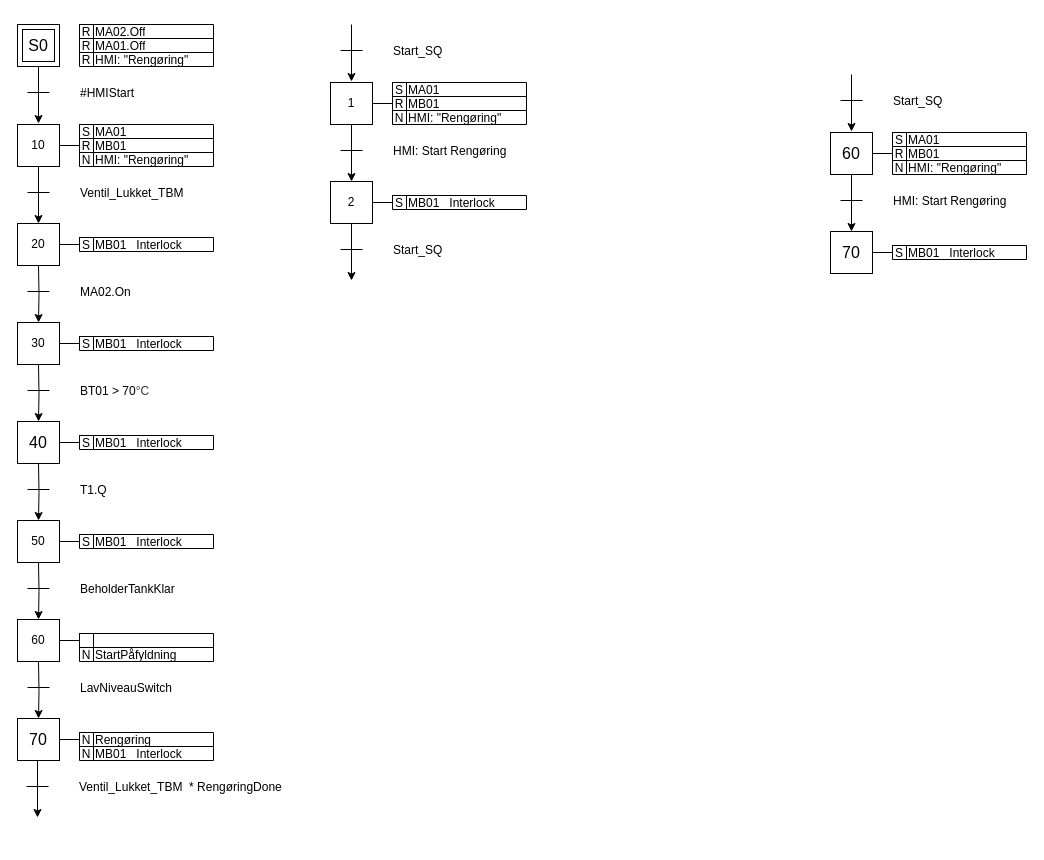
The draw.io diagram Untitled Diagram.drawio in p0l3h/p0l3h, before the edit. Source tidied: cells renumbered, new cells numbered last; positions are measured from the earlier drawing's top-left corner, leaving out a move shared by most shapes. Both pictures are drawn from the tidied source at 100%, with x=0, y=0 at pixel (17, 24).
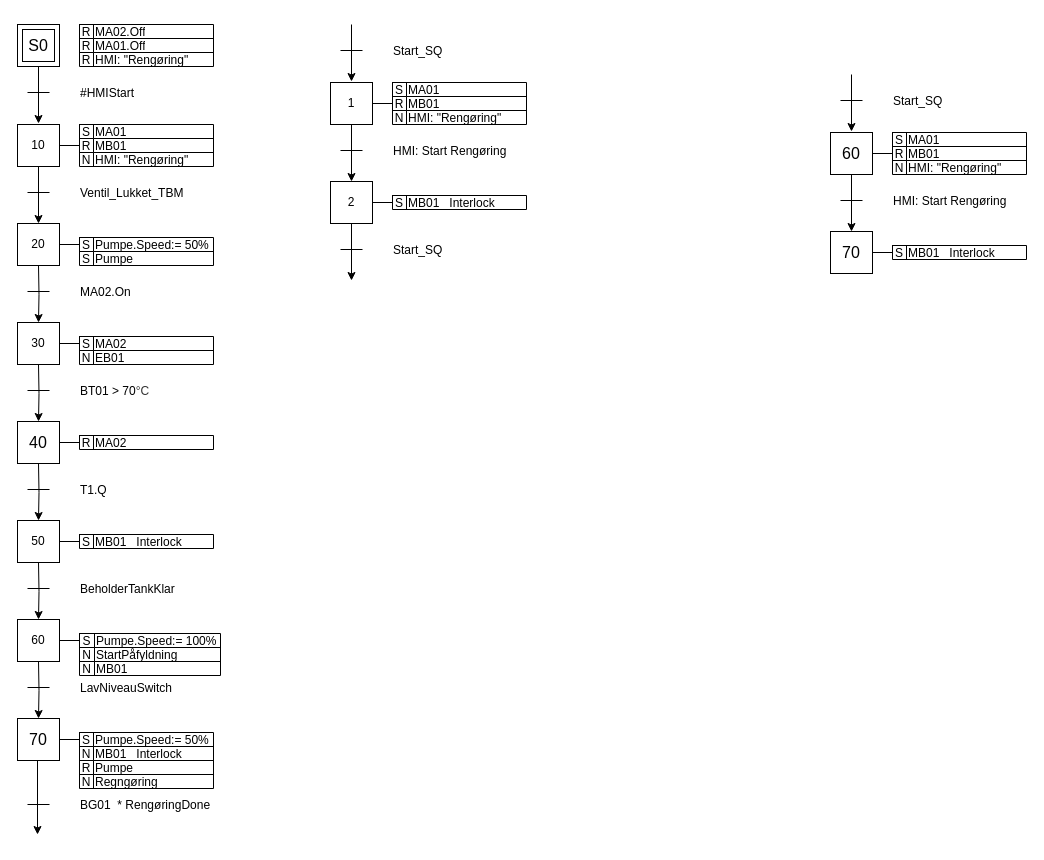
The same diagram, later.

Unchanged cells that the change refers to:
```xml
<mxCell id="25" style="shape=tableRow;horizontal=0;startSize=0;swimlaneHead=0;swimlaneBody=0;strokeColor=inherit;top=0;left=0;bottom=0;right=0;fillColor=none;fontSize=16;" parent="24" vertex="1">
  <mxGeometry width="134" height="14" as="geometry" />
</mxCell>
<mxCell id="58" style="shape=tableRow;horizontal=0;startSize=0;swimlaneHead=0;swimlaneBody=0;strokeColor=inherit;top=0;left=0;bottom=0;right=0;fillColor=none;fontSize=16;" parent="57" vertex="1">
  <mxGeometry width="134" height="14" as="geometry" />
</mxCell>
<mxCell id="67" style="shape=tableRow;horizontal=0;startSize=0;swimlaneHead=0;swimlaneBody=0;strokeColor=inherit;top=0;left=0;bottom=0;right=0;fillColor=none;fontSize=16;" parent="66" vertex="1">
  <mxGeometry width="134" height="14" as="geometry" />
</mxCell>
<mxCell id="97" style="shape=tableRow;horizontal=0;startSize=0;swimlaneHead=0;swimlaneBody=0;strokeColor=inherit;top=0;left=0;bottom=0;right=0;fillColor=none;fontSize=16;" parent="96" vertex="1">
  <mxGeometry width="134" height="14" as="geometry" />
</mxCell>
```

Change to the diagram source:
```diff
@@
     <mxCell id="24" style="shape=table;startSize=0;childLayout=tableLayout;fontSize=12;rounded=1;swimlaneLine=1;align=left;spacing=2;" parent="1" vertex="1">
-      <mxGeometry x="62" y="213" width="134" height="14" as="geometry" />
+      <mxGeometry x="62" y="213" width="134" height="28" as="geometry" />
     </mxCell>
@@
-    <mxCell id="27" value="MB01_ Interlock" style="shape=partialRectangle;whiteSpace=wrap;strokeColor=inherit;overflow=hidden;fillColor=none;top=0;left=0;bottom=0;right=0;fontSize=12;align=left;verticalAlign=middle;html=1;spacing=0;spacingLeft=2;" parent="25" vertex="1">
+    <mxCell id="27" value="&lt;div&gt;Pumpe.Speed:= 50%&lt;/div&gt;" style="shape=partialRectangle;whiteSpace=wrap;strokeColor=inherit;overflow=hidden;fillColor=none;top=0;left=0;bottom=0;right=0;fontSize=12;align=left;verticalAlign=middle;html=1;spacing=0;spacingLeft=2;" parent="25" vertex="1">
       <mxGeometry x="14" width="120" height="14" as="geometry" />
     </mxCell>
+    <mxCell id="143" style="shape=tableRow;horizontal=0;startSize=0;swimlaneHead=0;swimlaneBody=0;strokeColor=inherit;top=0;left=0;bottom=0;right=0;fillColor=none;fontSize=16;" parent="24" vertex="1">
+      <mxGeometry y="14" width="134" height="14" as="geometry" />
+    </mxCell>
+    <mxCell id="144" value="S" style="shape=partialRectangle;html=1;whiteSpace=wrap;strokeColor=inherit;overflow=hidden;fillColor=none;top=0;left=0;bottom=0;right=0;fontSize=12;align=center;verticalAlign=middle;labelPosition=center;verticalLabelPosition=middle;horizontal=1;spacing=0;" parent="143" vertex="1">
+      <mxGeometry width="14" height="14" as="geometry" />
+    </mxCell>
+    <mxCell id="145" value="Pumpe" style="shape=partialRectangle;whiteSpace=wrap;strokeColor=inherit;overflow=hidden;fillColor=none;top=0;left=0;bottom=0;right=0;fontSize=12;align=left;verticalAlign=middle;html=1;spacing=0;spacingLeft=2;" parent="143" vertex="1">
+      <mxGeometry x="14" width="120" height="14" as="geometry" />
+    </mxCell>
@@
     <mxCell id="57" style="shape=table;startSize=0;childLayout=tableLayout;fontSize=12;rounded=1;swimlaneLine=1;align=left;spacing=2;" parent="1" vertex="1">
-      <mxGeometry x="62" y="312" width="134" height="14" as="geometry" />
+      <mxGeometry x="62" y="312" width="134" height="28" as="geometry" />
     </mxCell>
@@
-    <mxCell id="60" value="MB01_ Interlock" style="shape=partialRectangle;whiteSpace=wrap;strokeColor=inherit;overflow=hidden;fillColor=none;top=0;left=0;bottom=0;right=0;fontSize=12;align=left;verticalAlign=middle;html=1;spacing=0;spacingLeft=2;" parent="58" vertex="1">
+    <mxCell id="60" value="MA02" style="shape=partialRectangle;whiteSpace=wrap;strokeColor=inherit;overflow=hidden;fillColor=none;top=0;left=0;bottom=0;right=0;fontSize=12;align=left;verticalAlign=middle;html=1;spacing=0;spacingLeft=2;" parent="58" vertex="1">
       <mxGeometry x="14" width="120" height="14" as="geometry" />
     </mxCell>
+    <mxCell id="146" style="shape=tableRow;horizontal=0;startSize=0;swimlaneHead=0;swimlaneBody=0;strokeColor=inherit;top=0;left=0;bottom=0;right=0;fillColor=none;fontSize=16;" parent="57" vertex="1">
+      <mxGeometry y="14" width="134" height="14" as="geometry" />
+    </mxCell>
+    <mxCell id="147" value="N" style="shape=partialRectangle;html=1;whiteSpace=wrap;strokeColor=inherit;overflow=hidden;fillColor=none;top=0;left=0;bottom=0;right=0;fontSize=12;align=center;verticalAlign=middle;labelPosition=center;verticalLabelPosition=middle;horizontal=1;spacing=0;" parent="146" vertex="1">
+      <mxGeometry width="14" height="14" as="geometry" />
+    </mxCell>
+    <mxCell id="148" value="EB01" style="shape=partialRectangle;whiteSpace=wrap;strokeColor=inherit;overflow=hidden;fillColor=none;top=0;left=0;bottom=0;right=0;fontSize=12;align=left;verticalAlign=middle;html=1;spacing=0;spacingLeft=2;" parent="146" vertex="1">
+      <mxGeometry x="14" width="120" height="14" as="geometry" />
+    </mxCell>
@@
-    <mxCell id="68" value="S" style="shape=partialRectangle;html=1;whiteSpace=wrap;strokeColor=inherit;overflow=hidden;fillColor=none;top=0;left=0;bottom=0;right=0;fontSize=12;align=center;verticalAlign=middle;labelPosition=center;verticalLabelPosition=middle;horizontal=1;spacing=0;" parent="67" vertex="1">
+    <mxCell id="68" value="R" style="shape=partialRectangle;html=1;whiteSpace=wrap;strokeColor=inherit;overflow=hidden;fillColor=none;top=0;left=0;bottom=0;right=0;fontSize=12;align=center;verticalAlign=middle;labelPosition=center;verticalLabelPosition=middle;horizontal=1;spacing=0;" parent="67" vertex="1">
       <mxGeometry width="14" height="14" as="geometry" />
     </mxCell>
-    <mxCell id="69" value="MB01_ Interlock" style="shape=partialRectangle;whiteSpace=wrap;strokeColor=inherit;overflow=hidden;fillColor=none;top=0;left=0;bottom=0;right=0;fontSize=12;align=left;verticalAlign=middle;html=1;spacing=0;spacingLeft=2;" parent="67" vertex="1">
+    <mxCell id="69" value="MA02" style="shape=partialRectangle;whiteSpace=wrap;strokeColor=inherit;overflow=hidden;fillColor=none;top=0;left=0;bottom=0;right=0;fontSize=12;align=left;verticalAlign=middle;html=1;spacing=0;spacingLeft=2;" parent="67" vertex="1">
       <mxGeometry x="14" width="120" height="14" as="geometry" />
     </mxCell>
@@
     <mxCell id="84" style="shape=table;startSize=0;childLayout=tableLayout;fontSize=12;rounded=1;swimlaneLine=1;align=left;spacing=2;" parent="1" vertex="1">
-      <mxGeometry x="62" y="609" width="134" height="28" as="geometry" />
+      <mxGeometry x="62" y="609" width="141" height="42" as="geometry" />
     </mxCell>
     <mxCell id="85" style="shape=tableRow;horizontal=0;startSize=0;swimlaneHead=0;swimlaneBody=0;strokeColor=inherit;top=0;left=0;bottom=0;right=0;fillColor=none;fontSize=16;" parent="84" vertex="1">
-      <mxGeometry width="134" height="14" as="geometry" />
+      <mxGeometry width="141" height="14" as="geometry" />
     </mxCell>
-    <mxCell id="86" style="shape=partialRectangle;html=1;whiteSpace=wrap;strokeColor=inherit;overflow=hidden;fillColor=none;top=0;left=0;bottom=0;right=0;fontSize=12;align=center;verticalAlign=middle;labelPosition=center;verticalLabelPosition=middle;horizontal=1;spacing=0;" parent="85" vertex="1">
-      <mxGeometry width="14" height="14" as="geometry" />
+    <mxCell id="86" value="S" style="shape=partialRectangle;html=1;whiteSpace=wrap;strokeColor=inherit;overflow=hidden;fillColor=none;top=0;left=0;bottom=0;right=0;fontSize=12;align=center;verticalAlign=middle;labelPosition=center;verticalLabelPosition=middle;horizontal=1;spacing=0;" parent="85" vertex="1">
+      <mxGeometry width="15" height="14" as="geometry" />
     </mxCell>
-    <mxCell id="87" style="shape=partialRectangle;whiteSpace=wrap;strokeColor=inherit;overflow=hidden;fillColor=none;top=0;left=0;bottom=0;right=0;fontSize=12;align=left;verticalAlign=middle;html=1;spacing=0;spacingLeft=2;" parent="85" vertex="1">
-      <mxGeometry x="14" width="120" height="14" as="geometry" />
+    <mxCell id="87" value="&lt;div&gt;Pumpe.Speed:= 100%&lt;/div&gt;" style="shape=partialRectangle;whiteSpace=wrap;strokeColor=inherit;overflow=hidden;fillColor=none;top=0;left=0;bottom=0;right=0;fontSize=12;align=left;verticalAlign=middle;html=1;spacing=0;spacingLeft=2;" parent="85" vertex="1">
+      <mxGeometry x="15" width="126" height="14" as="geometry" />
     </mxCell>
     <mxCell id="88" style="shape=tableRow;horizontal=0;startSize=0;swimlaneHead=0;swimlaneBody=0;strokeColor=inherit;top=0;left=0;bottom=0;right=0;fillColor=none;fontSize=16;" parent="84" vertex="1">
-      <mxGeometry y="14" width="134" height="14" as="geometry" />
+      <mxGeometry y="14" width="141" height="14" as="geometry" />
     </mxCell>
     <mxCell id="89" value="N" style="shape=partialRectangle;html=1;whiteSpace=wrap;strokeColor=inherit;overflow=hidden;fillColor=none;top=0;left=0;bottom=0;right=0;fontSize=12;align=center;verticalAlign=middle;labelPosition=center;verticalLabelPosition=middle;horizontal=1;spacing=0;" parent="88" vertex="1">
-      <mxGeometry width="14" height="14" as="geometry" />
+      <mxGeometry width="15" height="14" as="geometry" />
     </mxCell>
     <mxCell id="90" value="StartPåfyldning" style="shape=partialRectangle;whiteSpace=wrap;strokeColor=inherit;overflow=hidden;fillColor=none;top=0;left=0;bottom=0;right=0;fontSize=12;align=left;verticalAlign=middle;html=1;spacing=0;spacingLeft=2;" parent="88" vertex="1">
-      <mxGeometry x="14" width="120" height="14" as="geometry" />
+      <mxGeometry x="15" width="126" height="14" as="geometry" />
     </mxCell>
+    <mxCell id="149" style="shape=tableRow;horizontal=0;startSize=0;swimlaneHead=0;swimlaneBody=0;strokeColor=inherit;top=0;left=0;bottom=0;right=0;fillColor=none;fontSize=16;" parent="84" vertex="1">
+      <mxGeometry y="28" width="141" height="14" as="geometry" />
+    </mxCell>
+    <mxCell id="150" value="N" style="shape=partialRectangle;html=1;whiteSpace=wrap;strokeColor=inherit;overflow=hidden;fillColor=none;top=0;left=0;bottom=0;right=0;fontSize=12;align=center;verticalAlign=middle;labelPosition=center;verticalLabelPosition=middle;horizontal=1;spacing=0;" parent="149" vertex="1">
+      <mxGeometry width="15" height="14" as="geometry" />
+    </mxCell>
+    <mxCell id="151" value="MB01" style="shape=partialRectangle;whiteSpace=wrap;strokeColor=inherit;overflow=hidden;fillColor=none;top=0;left=0;bottom=0;right=0;fontSize=12;align=left;verticalAlign=middle;html=1;spacing=0;spacingLeft=2;" parent="149" vertex="1">
+      <mxGeometry x="15" width="126" height="14" as="geometry" />
+    </mxCell>
@@
     <mxCell id="96" style="shape=table;startSize=0;childLayout=tableLayout;fontSize=12;rounded=1;swimlaneLine=1;align=left;spacing=2;" parent="1" vertex="1">
-      <mxGeometry x="62" y="708" width="134" height="28" as="geometry" />
+      <mxGeometry x="62" y="708" width="134" height="56" as="geometry" />
     </mxCell>
@@
-    <mxCell id="98" value="N" style="shape=partialRectangle;html=1;whiteSpace=wrap;strokeColor=inherit;overflow=hidden;fillColor=none;top=0;left=0;bottom=0;right=0;fontSize=12;align=center;verticalAlign=middle;labelPosition=center;verticalLabelPosition=middle;horizontal=1;spacing=0;" parent="97" vertex="1">
+    <mxCell id="98" value="S" style="shape=partialRectangle;html=1;whiteSpace=wrap;strokeColor=inherit;overflow=hidden;fillColor=none;top=0;left=0;bottom=0;right=0;fontSize=12;align=center;verticalAlign=middle;labelPosition=center;verticalLabelPosition=middle;horizontal=1;spacing=0;" parent="97" vertex="1">
       <mxGeometry width="14" height="14" as="geometry" />
     </mxCell>
-    <mxCell id="99" value="Rengøring" style="shape=partialRectangle;whiteSpace=wrap;strokeColor=inherit;overflow=hidden;fillColor=none;top=0;left=0;bottom=0;right=0;fontSize=12;align=left;verticalAlign=middle;html=1;spacing=0;spacingLeft=2;" parent="97" vertex="1">
+    <mxCell id="99" value="&lt;div&gt;Pumpe.Speed:= 50%&lt;/div&gt;" style="shape=partialRectangle;whiteSpace=wrap;strokeColor=inherit;overflow=hidden;fillColor=none;top=0;left=0;bottom=0;right=0;fontSize=12;align=left;verticalAlign=middle;html=1;spacing=0;spacingLeft=2;" parent="97" vertex="1">
       <mxGeometry x="14" width="120" height="14" as="geometry" />
     </mxCell>
@@
+    <mxCell id="152" style="shape=tableRow;horizontal=0;startSize=0;swimlaneHead=0;swimlaneBody=0;strokeColor=inherit;top=0;left=0;bottom=0;right=0;fillColor=none;fontSize=16;" parent="96" vertex="1">
+      <mxGeometry y="28" width="134" height="14" as="geometry" />
+    </mxCell>
+    <mxCell id="153" value="R" style="shape=partialRectangle;html=1;whiteSpace=wrap;strokeColor=inherit;overflow=hidden;fillColor=none;top=0;left=0;bottom=0;right=0;fontSize=12;align=center;verticalAlign=middle;labelPosition=center;verticalLabelPosition=middle;horizontal=1;spacing=0;" parent="152" vertex="1">
+      <mxGeometry width="14" height="14" as="geometry" />
+    </mxCell>
+    <mxCell id="154" value="Pumpe" style="shape=partialRectangle;whiteSpace=wrap;strokeColor=inherit;overflow=hidden;fillColor=none;top=0;left=0;bottom=0;right=0;fontSize=12;align=left;verticalAlign=middle;html=1;spacing=0;spacingLeft=2;" parent="152" vertex="1">
+      <mxGeometry x="14" width="120" height="14" as="geometry" />
+    </mxCell>
+    <mxCell id="155" style="shape=tableRow;horizontal=0;startSize=0;swimlaneHead=0;swimlaneBody=0;strokeColor=inherit;top=0;left=0;bottom=0;right=0;fillColor=none;fontSize=16;" parent="96" vertex="1">
+      <mxGeometry y="42" width="134" height="14" as="geometry" />
+    </mxCell>
+    <mxCell id="156" value="N" style="shape=partialRectangle;html=1;whiteSpace=wrap;strokeColor=inherit;overflow=hidden;fillColor=none;top=0;left=0;bottom=0;right=0;fontSize=12;align=center;verticalAlign=middle;labelPosition=center;verticalLabelPosition=middle;horizontal=1;spacing=0;" parent="155" vertex="1">
+      <mxGeometry width="14" height="14" as="geometry" />
+    </mxCell>
+    <mxCell id="157" value="Regngøring" style="shape=partialRectangle;whiteSpace=wrap;strokeColor=inherit;overflow=hidden;fillColor=none;top=0;left=0;bottom=0;right=0;fontSize=12;align=left;verticalAlign=middle;html=1;spacing=0;spacingLeft=2;" parent="155" vertex="1">
+      <mxGeometry x="14" width="120" height="14" as="geometry" />
+    </mxCell>
@@
-    <mxCell id="130" style="edgeStyle=orthogonalEdgeStyle;rounded=0;orthogonalLoop=1;jettySize=auto;html=1;entryX=0.5;entryY=0;entryDx=0;entryDy=0;exitX=0.5;exitY=1;exitDx=0;exitDy=0;" parent="1" edge="1">
+    <mxCell id="130" style="edgeStyle=orthogonalEdgeStyle;rounded=0;orthogonalLoop=1;jettySize=auto;html=1;exitX=0.5;exitY=1;exitDx=0;exitDy=0;" parent="1" edge="1">
       <mxGeometry relative="1" as="geometry">
         <mxPoint x="20" y="736" as="sourcePoint" />
-        <mxPoint x="20" y="793" as="targetPoint" />
+        <mxPoint x="20" y="810" as="targetPoint" />
       </mxGeometry>
     </mxCell>
     <mxCell id="131" style="endArrow=none;html=1;" parent="1" edge="1">
       <mxGeometry relative="1" as="geometry">
-        <mxPoint x="9" y="762" as="sourcePoint" />
-        <mxPoint x="31" y="762" as="targetPoint" />
+        <mxPoint x="10" y="780" as="sourcePoint" />
+        <mxPoint x="32" y="780" as="targetPoint" />
       </mxGeometry>
     </mxCell>
-    <mxCell id="132" value="Ventil_Lukket_TBM&amp;nbsp; * RengøringDone" style="edgeLabel;html=1;align=left;verticalAlign=middle;labelBackgroundColor=none;fontSize=12;" parent="131" vertex="1">
+    <mxCell id="132" value="BG01&amp;nbsp; * RengøringDone" style="edgeLabel;html=1;align=left;verticalAlign=middle;labelBackgroundColor=none;fontSize=12;" parent="131" vertex="1">
       <mxGeometry x="-0.87" y="-1" relative="1" as="geometry">
         <mxPoint x="50" y="-1" as="offset" />
       </mxGeometry>
     </mxCell>
```
